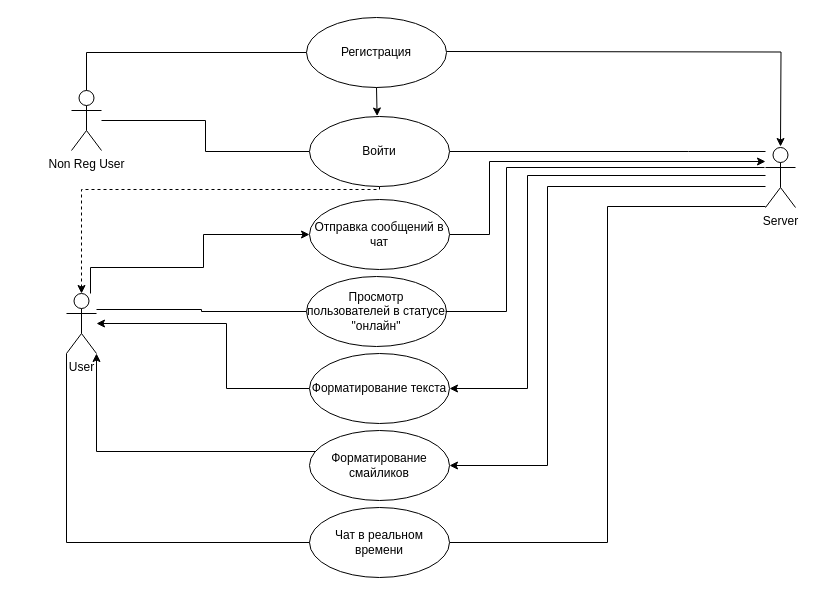
Above: TIMPUseCase.drawio in dtroshkin/timp (draw.io), before the change. Source tidied: cells renumbered, new cells numbered last; positions are measured from the earlier drawing's top-left corner, leaving out a move shared by most shapes. Both pictures are drawn from the tidied source at 100%, with x=0, y=0 at pixel (66, 17).
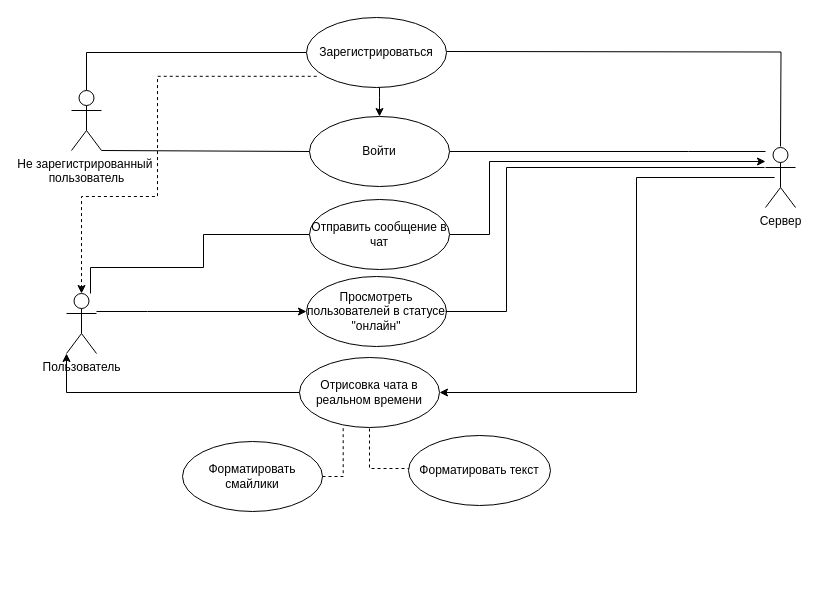
The same page after the edit.

Unchanged cells that the change refers to:
```xml
<mxCell id="13" value="Войти" style="ellipse;whiteSpace=wrap;html=1;" parent="1" vertex="1">
  <mxGeometry x="243" y="99" width="140" height="70" as="geometry" />
</mxCell>
```

What changed in the source:
```diff
@@
-    <mxCell id="2" value="Non Reg User" style="shape=umlActor;verticalLabelPosition=bottom;verticalAlign=top;html=1;" parent="1" vertex="1">
+    <mxCell id="2" value="Не зарегистрированный&amp;nbsp;&lt;div&gt;пользователь&lt;/div&gt;" style="shape=umlActor;verticalLabelPosition=bottom;verticalAlign=top;html=1;" parent="1" vertex="1">
       <mxGeometry x="5" y="73" width="30" height="60" as="geometry" />
     </mxCell>
@@
-    <mxCell id="4" style="edgeStyle=orthogonalEdgeStyle;rounded=0;orthogonalLoop=1;jettySize=auto;html=1;" parent="1" edge="1">
+    <mxCell id="4" style="edgeStyle=orthogonalEdgeStyle;rounded=0;orthogonalLoop=1;jettySize=auto;html=1;endArrow=none;startFill=0;" parent="1" edge="1">
       <mxGeometry relative="1" as="geometry">
         <mxPoint x="380" y="34" as="sourcePoint" />
         <mxPoint x="714" y="129" as="targetPoint" />
       </mxGeometry>
     </mxCell>
+    <mxCell id="24" style="edgeStyle=orthogonalEdgeStyle;rounded=0;jettySize=auto;html=1;entryX=0.5;entryY=0;entryDx=0;entryDy=0;" parent="1" edge="1" source="5" target="13">
+      <mxGeometry relative="1" as="geometry">
+        <Array as="points">
+          <mxPoint x="313" y="80" />
+          <mxPoint x="313" y="80" />
+        </Array>
+      </mxGeometry>
+    </mxCell>
-    <mxCell id="5" value="Регистрация" style="ellipse;whiteSpace=wrap;html=1;" parent="1" vertex="1">
+    <mxCell id="5" value="Зарегистрироваться" style="ellipse;whiteSpace=wrap;html=1;" parent="1" vertex="1">
       <mxGeometry x="240" width="140" height="70" as="geometry" />
     </mxCell>
-    <mxCell id="6" style="edgeStyle=orthogonalEdgeStyle;rounded=0;jettySize=auto;html=1;entryX=1;entryY=0.5;entryDx=0;entryDy=0;" parent="1" edge="1" source="9" target="21">
-      <mxGeometry relative="1" as="geometry">
-        <Array as="points">
-          <mxPoint x="461" y="158" />
-          <mxPoint x="461" y="371" />
-        </Array>
-      </mxGeometry>
-    </mxCell>
-    <mxCell id="7" style="edgeStyle=orthogonalEdgeStyle;rounded=0;jettySize=auto;html=1;entryX=1;entryY=0.5;entryDx=0;entryDy=0;" parent="1" edge="1" source="9" target="22">
-      <mxGeometry relative="1" as="geometry">
-        <Array as="points">
-          <mxPoint x="481" y="169" />
-          <mxPoint x="481" y="448" />
-        </Array>
-      </mxGeometry>
-    </mxCell>
-    <mxCell id="8" style="edgeStyle=orthogonalEdgeStyle;rounded=0;jettySize=auto;html=1;entryX=1;entryY=0.5;entryDx=0;entryDy=0;endArrow=none;startFill=0;" parent="1" edge="1" source="9" target="23">
-      <mxGeometry relative="1" as="geometry">
-        <Array as="points">
-          <mxPoint x="541" y="189" />
-          <mxPoint x="541" y="525" />
-        </Array>
-      </mxGeometry>
-    </mxCell>
-    <mxCell id="9" value="Server" style="shape=umlActor;verticalLabelPosition=bottom;verticalAlign=top;html=1;" parent="1" vertex="1">
+    <mxCell id="9" value="Сервер" style="shape=umlActor;verticalLabelPosition=bottom;verticalAlign=top;html=1;" parent="1" vertex="1">
       <mxGeometry x="699" y="130" width="30" height="60" as="geometry" />
     </mxCell>
-    <mxCell id="10" style="edgeStyle=orthogonalEdgeStyle;rounded=0;jettySize=auto;html=1;endArrow=none;startFill=0;" parent="1" edge="1" source="13" target="2">
-      <mxGeometry relative="1" as="geometry" />
-    </mxCell>
@@
-    <mxCell id="12" style="edgeStyle=orthogonalEdgeStyle;rounded=0;jettySize=auto;html=1;dashed=1;" parent="1" edge="1" source="13" target="16">
+    <mxCell id="12" style="edgeStyle=orthogonalEdgeStyle;rounded=0;jettySize=auto;html=1;dashed=1;exitX=0.073;exitY=0.84;exitDx=0;exitDy=0;exitPerimeter=0;" parent="1" edge="1" source="5" target="16">
       <mxGeometry relative="1" as="geometry">
         <Array as="points">
-          <mxPoint x="313" y="172" />
-          <mxPoint x="15" y="172" />
+          <mxPoint x="91" y="59" />
+          <mxPoint x="91" y="179" />
+          <mxPoint x="15" y="179" />
         </Array>
       </mxGeometry>
     </mxCell>
@@
-    <mxCell id="14" style="edgeStyle=orthogonalEdgeStyle;rounded=0;jettySize=auto;html=1;entryX=0;entryY=0.5;entryDx=0;entryDy=0;" parent="1" edge="1" source="16" target="18">
+    <mxCell id="14" style="edgeStyle=orthogonalEdgeStyle;rounded=0;jettySize=auto;html=1;entryX=0;entryY=0.5;entryDx=0;entryDy=0;endArrow=none;startFill=0;" parent="1" edge="1" source="16" target="18">
       <mxGeometry relative="1" as="geometry">
         <Array as="points">
           <mxPoint x="24" y="250" />
           <mxPoint x="137" y="250" />
           <mxPoint x="137" y="217" />
         </Array>
       </mxGeometry>
     </mxCell>
-    <mxCell id="15" style="edgeStyle=orthogonalEdgeStyle;rounded=0;jettySize=auto;html=1;entryX=0;entryY=0.5;entryDx=0;entryDy=0;endArrow=none;startFill=0;" parent="1" edge="1" source="16" target="19">
+    <mxCell id="15" style="edgeStyle=orthogonalEdgeStyle;rounded=0;jettySize=auto;html=1;entryX=0;entryY=0.5;entryDx=0;entryDy=0;endArrow=classic;startFill=0;startArrow=none;endFill=1;" parent="1" edge="1" source="16" target="19">
       <mxGeometry relative="1" as="geometry">
         <Array as="points">
-          <mxPoint x="135" y="292" />
-          <mxPoint x="135" y="294" />
+          <mxPoint x="81" y="294" />
+          <mxPoint x="81" y="294" />
         </Array>
       </mxGeometry>
     </mxCell>
+    <mxCell id="28" style="edgeStyle=orthogonalEdgeStyle;rounded=0;jettySize=auto;html=1;entryX=0;entryY=0.5;entryDx=0;entryDy=0;exitX=1;exitY=1;exitDx=0;exitDy=0;exitPerimeter=0;endArrow=none;startFill=0;" parent="1" edge="1" source="2" target="13">
+      <mxGeometry relative="1" as="geometry">
+        <Array as="points">
+          <mxPoint x="243" y="133" />
+        </Array>
+      </mxGeometry>
+    </mxCell>
-    <mxCell id="16" value="User" style="shape=umlActor;verticalLabelPosition=bottom;verticalAlign=top;html=1;" parent="1" vertex="1">
+    <mxCell id="16" value="Пользователь" style="shape=umlActor;verticalLabelPosition=bottom;verticalAlign=top;html=1;" parent="1" vertex="1">
       <mxGeometry y="276" width="30" height="60" as="geometry" />
     </mxCell>
-    <mxCell id="17" style="edgeStyle=orthogonalEdgeStyle;rounded=0;jettySize=auto;html=1;" parent="1" edge="1" source="18" target="9">
+    <mxCell id="17" style="edgeStyle=orthogonalEdgeStyle;rounded=0;jettySize=auto;html=1;endArrow=classic;startFill=0;endFill=1;" parent="1" edge="1" source="18" target="9">
       <mxGeometry relative="1" as="geometry">
         <Array as="points">
           <mxPoint x="423" y="217" />
           <mxPoint x="423" y="144" />
         </Array>
       </mxGeometry>
     </mxCell>
-    <mxCell id="18" value="Отправка сообщений в чат" style="ellipse;whiteSpace=wrap;html=1;" parent="1" vertex="1">
+    <mxCell id="18" value="Отправить сообщение в чат" style="ellipse;whiteSpace=wrap;html=1;" parent="1" vertex="1">
       <mxGeometry x="243" y="182" width="140" height="70" as="geometry" />
     </mxCell>
-    <mxCell id="19" value="Просмотр пользователей в статусе &quot;онлайн&quot;" style="ellipse;whiteSpace=wrap;html=1;" parent="1" vertex="1">
+    <mxCell id="19" value="Просмотреть пользователей в статусе &quot;онлайн&quot;" style="ellipse;whiteSpace=wrap;html=1;" parent="1" vertex="1">
       <mxGeometry x="240" y="259" width="140" height="70" as="geometry" />
     </mxCell>
-    <mxCell id="20" style="edgeStyle=orthogonalEdgeStyle;rounded=0;jettySize=auto;html=1;" parent="1" edge="1" source="21" target="16">
+    <mxCell id="20" style="edgeStyle=orthogonalEdgeStyle;rounded=0;jettySize=auto;html=1;endArrow=none;startFill=0;entryX=0.5;entryY=1;entryDx=0;entryDy=0;exitX=0.5;exitY=0;exitDx=0;exitDy=0;dashed=1;" parent="1" edge="1" source="21" target="23">
       <mxGeometry relative="1" as="geometry">
         <Array as="points">
-          <mxPoint x="160" y="371" />
-          <mxPoint x="160" y="306" />
+          <mxPoint x="413" y="451" />
+          <mxPoint x="303" y="451" />
         </Array>
       </mxGeometry>
     </mxCell>
-    <mxCell id="21" value="Форматирование текста" style="ellipse;whiteSpace=wrap;html=1;" parent="1" vertex="1">
-      <mxGeometry x="243" y="336" width="140" height="70" as="geometry" />
+    <mxCell id="21" value="Форматировать текст" style="ellipse;whiteSpace=wrap;html=1;" parent="1" vertex="1">
+      <mxGeometry x="342" y="418" width="142" height="70" as="geometry" />
     </mxCell>
-    <mxCell id="22" value="Форматирование смайликов" style="ellipse;whiteSpace=wrap;html=1;" parent="1" vertex="1">
-      <mxGeometry x="243" y="413" width="140" height="70" as="geometry" />
+    <mxCell id="22" value="Форматировать смайлики" style="ellipse;whiteSpace=wrap;html=1;" parent="1" vertex="1">
+      <mxGeometry x="116" y="424" width="140" height="70" as="geometry" />
     </mxCell>
-    <mxCell id="23" value="Чат в реальном времени" style="ellipse;whiteSpace=wrap;html=1;" parent="1" vertex="1">
-      <mxGeometry x="243" y="490" width="140" height="70" as="geometry" />
+    <mxCell id="23" value="Отрисовка чата в реальном времени" style="ellipse;whiteSpace=wrap;html=1;" parent="1" vertex="1">
+      <mxGeometry x="233" y="340" width="140" height="70" as="geometry" />
     </mxCell>
-    <mxCell id="24" style="endArrow=classic;html=1;rounded=0;exitX=0.5;exitY=1;exitDx=0;exitDy=0;entryX=0.483;entryY=-0.007;entryDx=0;entryDy=0;entryPerimeter=0;" parent="1" edge="1" source="5" target="13">
-      <mxGeometry relative="1" as="geometry" />
-    </mxCell>
@@
-    <mxCell id="26" style="edgeStyle=orthogonalEdgeStyle;rounded=0;jettySize=auto;html=1;entryX=1;entryY=1;entryDx=0;entryDy=0;entryPerimeter=0;" parent="1" edge="1" source="22" target="16">
+    <mxCell id="26" style="edgeStyle=orthogonalEdgeStyle;rounded=0;jettySize=auto;html=1;entryX=0.312;entryY=0.981;entryDx=0;entryDy=0;entryPerimeter=0;endArrow=none;startFill=0;dashed=1;" parent="1" edge="1" source="22" target="23">
       <mxGeometry relative="1" as="geometry">
         <Array as="points">
-          <mxPoint x="30" y="434" />
+          <mxPoint x="277" y="459" />
         </Array>
       </mxGeometry>
     </mxCell>
-    <mxCell id="27" style="edgeStyle=orthogonalEdgeStyle;rounded=0;jettySize=auto;html=1;entryX=0;entryY=1;entryDx=0;entryDy=0;entryPerimeter=0;endArrow=none;startFill=0;" parent="1" edge="1" source="23" target="16">
+    <mxCell id="27" style="edgeStyle=orthogonalEdgeStyle;rounded=0;jettySize=auto;html=1;entryX=0;entryY=1;entryDx=0;entryDy=0;entryPerimeter=0;endArrow=classic;startFill=0;endFill=1;" parent="1" edge="1" source="23" target="16">
       <mxGeometry relative="1" as="geometry" />
     </mxCell>
+    <mxCell id="29" style="edgeStyle=orthogonalEdgeStyle;rounded=0;jettySize=auto;html=1;entryX=0;entryY=0.3333333333333333;entryDx=0;entryDy=0;entryPerimeter=0;endArrow=none;startFill=1;exitX=1;exitY=0.5;exitDx=0;exitDy=0;startArrow=classic;" parent="1" edge="1" source="23">
+      <mxGeometry relative="1" as="geometry">
+        <mxPoint x="708" y="160" as="targetPoint" />
+        <Array as="points">
+          <mxPoint x="570" y="375" />
+          <mxPoint x="570" y="160" />
+        </Array>
+      </mxGeometry>
+    </mxCell>
```
